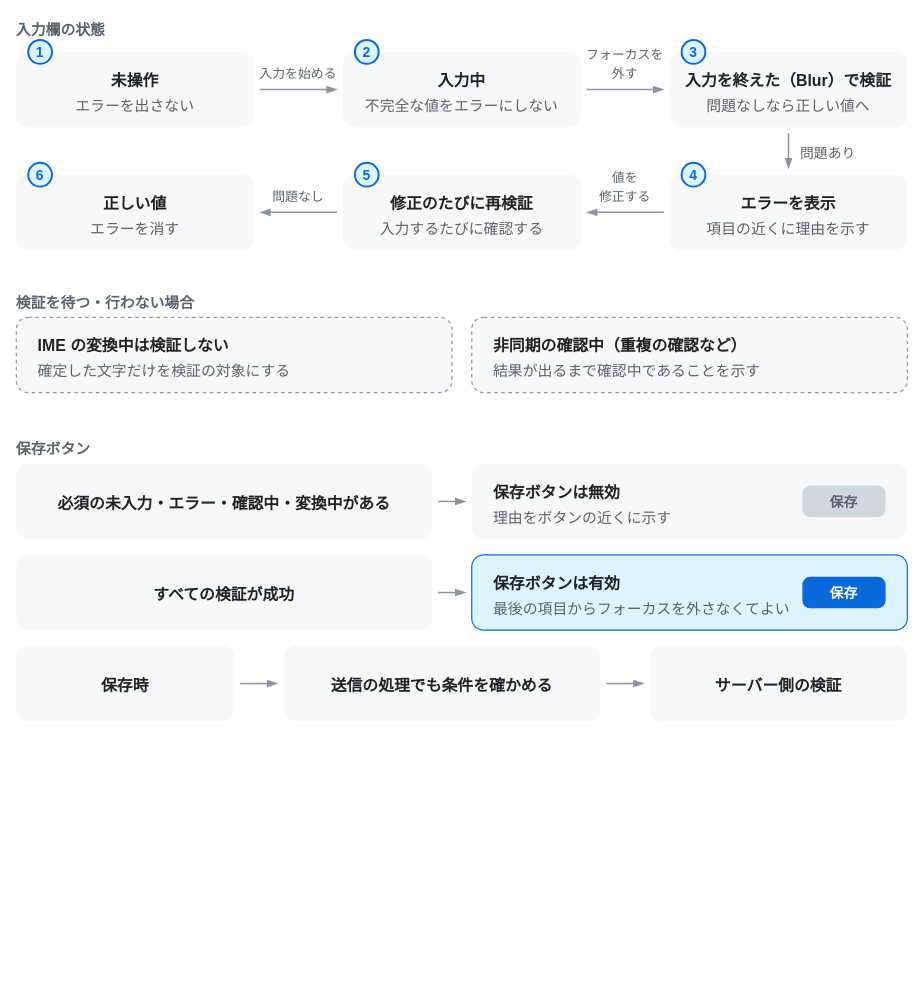
Above: docs/diagrams/form-validation-states.drawio in ISSEI51/flow-design (draw.io), before the change. Source tidied: cells renumbered, new cells numbered last; positions are measured from the earlier drawing's top-left corner, leaving out a move shared by most shapes. Both pictures are drawn from the tidied source at 99%, with x=0, y=0 at pixel (16, 16).
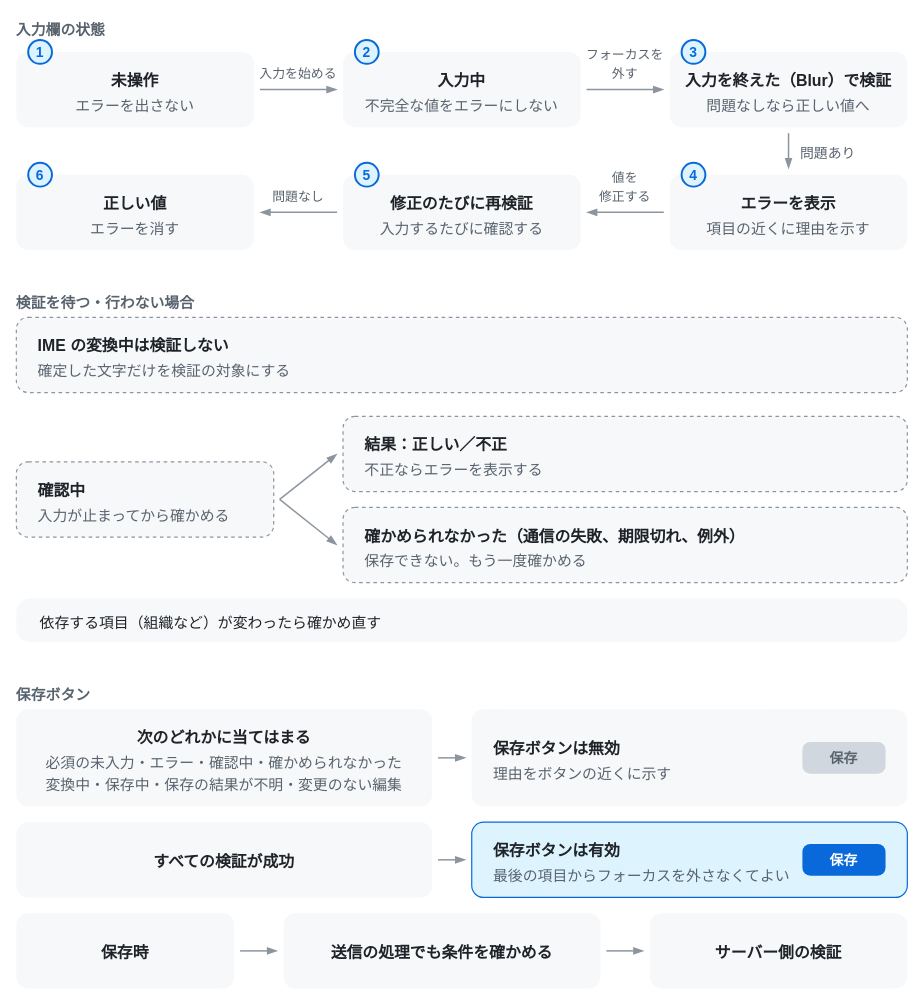
Above is the later version.

Change to the diagram source:
```diff
@@
     <mxCell id="46" style="rounded=1;absoluteArcSize=1;arcSize=24;html=0;fillColor=light-dark(#F6F8FA,#161B22);strokeColor=light-dark(#8C959F,#6E7681);strokeWidth=1.2;dashed=1;opacity=100;" parent="1" vertex="1">
-      <mxGeometry y="304" width="440" height="76" as="geometry" />
+      <mxGeometry y="304" width="900" height="76" as="geometry" />
     </mxCell>
     <mxCell id="47" value="IME の変換中は検証しない" style="text;html=0;whiteSpace=nowrap;align=left;verticalAlign=top;spacing=0;fontFamily=Helvetica;fontSize=16;fontColor=light-dark(#1F2328,#E6EDF3);fontStyle=1;" parent="1" vertex="1">
-      <mxGeometry x="22" y="319" width="396" height="20" as="geometry" />
+      <mxGeometry x="22" y="319" width="856" height="20" as="geometry" />
     </mxCell>
     <mxCell id="48" value="確定した文字だけを検証の対象にする" style="text;html=0;whiteSpace=nowrap;align=left;verticalAlign=top;spacing=0;fontFamily=Helvetica;fontSize=15;fontColor=light-dark(#59636E,#9198A1);fontStyle=0;" parent="1" vertex="1">
-      <mxGeometry x="22" y="345" width="396" height="20" as="geometry" />
+      <mxGeometry x="22" y="345" width="856" height="20" as="geometry" />
     </mxCell>
     <mxCell id="49" style="rounded=1;absoluteArcSize=1;arcSize=24;html=0;fillColor=light-dark(#F6F8FA,#161B22);strokeColor=light-dark(#8C959F,#6E7681);strokeWidth=1.2;dashed=1;opacity=100;" parent="1" vertex="1">
-      <mxGeometry x="460" y="304" width="440" height="76" as="geometry" />
+      <mxGeometry y="450" width="260" height="76" as="geometry" />
     </mxCell>
-    <mxCell id="50" value="非同期の確認中（重複の確認など）" style="text;html=0;whiteSpace=nowrap;align=left;verticalAlign=top;spacing=0;fontFamily=Helvetica;fontSize=16;fontColor=light-dark(#1F2328,#E6EDF3);fontStyle=1;" parent="1" vertex="1">
-      <mxGeometry x="482" y="319" width="396" height="20" as="geometry" />
+    <mxCell id="50" value="確認中" style="text;html=0;whiteSpace=nowrap;align=left;verticalAlign=top;spacing=0;fontFamily=Helvetica;fontSize=16;fontColor=light-dark(#1F2328,#E6EDF3);fontStyle=1;" parent="1" vertex="1">
+      <mxGeometry x="22" y="465" width="216" height="20" as="geometry" />
     </mxCell>
-    <mxCell id="51" value="結果が出るまで確認中であることを示す" style="text;html=0;whiteSpace=nowrap;align=left;verticalAlign=top;spacing=0;fontFamily=Helvetica;fontSize=15;fontColor=light-dark(#59636E,#9198A1);fontStyle=0;" parent="1" vertex="1">
-      <mxGeometry x="482" y="345" width="396" height="20" as="geometry" />
+    <mxCell id="51" value="入力が止まってから確かめる" style="text;html=0;whiteSpace=nowrap;align=left;verticalAlign=top;spacing=0;fontFamily=Helvetica;fontSize=15;fontColor=light-dark(#59636E,#9198A1);fontStyle=0;" parent="1" vertex="1">
+      <mxGeometry x="22" y="491" width="216" height="20" as="geometry" />
     </mxCell>
-    <mxCell id="52" value="保存ボタン" style="text;html=0;whiteSpace=nowrap;align=left;verticalAlign=top;spacing=0;fontFamily=Helvetica;fontSize=15;fontColor=light-dark(#59636E,#9198A1);fontStyle=1;" parent="1" vertex="1">
-      <mxGeometry y="424" width="83" height="20" as="geometry" />
+    <mxCell id="52" style="rounded=1;absoluteArcSize=1;arcSize=24;html=0;fillColor=light-dark(#F6F8FA,#161B22);strokeColor=light-dark(#8C959F,#6E7681);strokeWidth=1.2;dashed=1;opacity=100;" parent="1" vertex="1">
+      <mxGeometry x="330" y="404" width="570" height="76" as="geometry" />
     </mxCell>
-    <mxCell id="53" style="rounded=1;absoluteArcSize=1;arcSize=24;html=0;fillColor=light-dark(#F6F8FA,#161B22);strokeColor=none;strokeWidth=1.2;dashed=0;opacity=100;" parent="1" vertex="1">
-      <mxGeometry y="452" width="420" height="76" as="geometry" />
+    <mxCell id="53" value="結果：正しい／不正" style="text;html=0;whiteSpace=nowrap;align=left;verticalAlign=top;spacing=0;fontFamily=Helvetica;fontSize=16;fontColor=light-dark(#1F2328,#E6EDF3);fontStyle=1;" parent="1" vertex="1">
+      <mxGeometry x="352" y="419" width="526" height="20" as="geometry" />
     </mxCell>
-    <mxCell id="54" value="必須の未入力・エラー・確認中・変換中がある" style="text;html=0;whiteSpace=nowrap;align=center;verticalAlign=top;spacing=0;fontFamily=Helvetica;fontSize=16;fontColor=light-dark(#1F2328,#E6EDF3);fontStyle=1;" parent="1" vertex="1">
-      <mxGeometry x="8" y="478" width="404" height="20" as="geometry" />
+    <mxCell id="54" value="不正ならエラーを表示する" style="text;html=0;whiteSpace=nowrap;align=left;verticalAlign=top;spacing=0;fontFamily=Helvetica;fontSize=15;fontColor=light-dark(#59636E,#9198A1);fontStyle=0;" parent="1" vertex="1">
+      <mxGeometry x="352" y="445" width="526" height="20" as="geometry" />
     </mxCell>
     <mxCell id="55" style="html=0;endArrow=blockThin;endFill=1;endSize=7;startArrow=none;strokeColor=light-dark(#8C959F,#6E7681);strokeWidth=1.5;dashed=0;rounded=1;" parent="1" edge="1">
       <mxGeometry relative="1" as="geometry">
-        <mxPoint x="426" y="490" as="sourcePoint" />
-        <mxPoint x="454" y="490" as="targetPoint" />
+        <mxPoint x="266" y="488" as="sourcePoint" />
+        <mxPoint x="324" y="442" as="targetPoint" />
       </mxGeometry>
     </mxCell>
-    <mxCell id="56" style="rounded=1;absoluteArcSize=1;arcSize=24;html=0;fillColor=light-dark(#F6F8FA,#161B22);strokeColor=none;strokeWidth=1.2;dashed=0;opacity=100;" parent="1" vertex="1">
-      <mxGeometry x="460" y="452" width="440" height="76" as="geometry" />
+    <mxCell id="56" style="rounded=1;absoluteArcSize=1;arcSize=24;html=0;fillColor=light-dark(#F6F8FA,#161B22);strokeColor=light-dark(#8C959F,#6E7681);strokeWidth=1.2;dashed=1;opacity=100;" parent="1" vertex="1">
+      <mxGeometry x="330" y="496" width="570" height="76" as="geometry" />
     </mxCell>
-    <mxCell id="57" value="保存ボタンは無効" style="text;html=0;whiteSpace=nowrap;align=left;verticalAlign=top;spacing=0;fontFamily=Helvetica;fontSize=16;fontColor=light-dark(#1F2328,#E6EDF3);fontStyle=1;" parent="1" vertex="1">
-      <mxGeometry x="482" y="467" width="300" height="20" as="geometry" />
+    <mxCell id="57" value="確かめられなかった（通信の失敗、期限切れ、例外）" style="text;html=0;whiteSpace=nowrap;align=left;verticalAlign=top;spacing=0;fontFamily=Helvetica;fontSize=16;fontColor=light-dark(#1F2328,#E6EDF3);fontStyle=1;" parent="1" vertex="1">
+      <mxGeometry x="352" y="511" width="526" height="20" as="geometry" />
     </mxCell>
-    <mxCell id="58" value="理由をボタンの近くに示す" style="text;html=0;whiteSpace=nowrap;align=left;verticalAlign=top;spacing=0;fontFamily=Helvetica;fontSize=15;fontColor=light-dark(#59636E,#9198A1);fontStyle=0;" parent="1" vertex="1">
-      <mxGeometry x="482" y="493" width="304" height="20" as="geometry" />
+    <mxCell id="58" value="保存できない。もう一度確かめる" style="text;html=0;whiteSpace=nowrap;align=left;verticalAlign=top;spacing=0;fontFamily=Helvetica;fontSize=15;fontColor=light-dark(#59636E,#9198A1);fontStyle=0;" parent="1" vertex="1">
+      <mxGeometry x="352" y="537" width="526" height="20" as="geometry" />
     </mxCell>
-    <mxCell id="59" style="rounded=1;absoluteArcSize=1;arcSize=16;html=0;fillColor=light-dark(#D0D7DE,#30363D);strokeColor=none;strokeWidth=1.5;dashed=0;opacity=100;" parent="1" vertex="1">
-      <mxGeometry x="794" y="474" width="84" height="32" as="geometry" />
+    <mxCell id="59" style="html=0;endArrow=blockThin;endFill=1;endSize=7;startArrow=none;strokeColor=light-dark(#8C959F,#6E7681);strokeWidth=1.5;dashed=0;rounded=1;" parent="1" edge="1">
+      <mxGeometry relative="1" as="geometry">
+        <mxPoint x="266" y="488" as="sourcePoint" />
+        <mxPoint x="324" y="534" as="targetPoint" />
+      </mxGeometry>
     </mxCell>
-    <mxCell id="60" value="保存" style="text;html=0;whiteSpace=nowrap;align=center;verticalAlign=middle;spacing=0;fontFamily=Helvetica;fontSize=14;fontColor=light-dark(#59636E,#9198A1);fontStyle=1;" parent="1" vertex="1">
-      <mxGeometry x="794" y="474" width="84" height="32" as="geometry" />
+    <mxCell id="60" style="rounded=1;absoluteArcSize=1;arcSize=28;html=0;fillColor=light-dark(#F6F8FA,#161B22);strokeColor=none;strokeWidth=1.5;dashed=0;opacity=100;" parent="1" vertex="1">
+      <mxGeometry y="588" width="900" height="44" as="geometry" />
     </mxCell>
-    <mxCell id="61" style="rounded=1;absoluteArcSize=1;arcSize=24;html=0;fillColor=light-dark(#F6F8FA,#161B22);strokeColor=none;strokeWidth=1.2;dashed=0;opacity=100;" parent="1" vertex="1">
-      <mxGeometry y="544" width="420" height="76" as="geometry" />
+    <mxCell id="61" value="依存する項目（組織など）が変わったら確かめ直す" style="text;html=0;whiteSpace=nowrap;align=left;verticalAlign=top;spacing=0;fontFamily=Helvetica;fontSize=15;fontColor=light-dark(#1F2328,#E6EDF3);fontStyle=0;" parent="1" vertex="1">
+      <mxGeometry x="24" y="599" width="852" height="20" as="geometry" />
     </mxCell>
-    <mxCell id="62" value="すべての検証が成功" style="text;html=0;whiteSpace=nowrap;align=center;verticalAlign=top;spacing=0;fontFamily=Helvetica;fontSize=16;fontColor=light-dark(#1F2328,#E6EDF3);fontStyle=1;" parent="1" vertex="1">
-      <mxGeometry x="8" y="570" width="404" height="20" as="geometry" />
+    <mxCell id="62" value="保存ボタン" style="text;html=0;whiteSpace=nowrap;align=left;verticalAlign=top;spacing=0;fontFamily=Helvetica;fontSize=15;fontColor=light-dark(#59636E,#9198A1);fontStyle=1;" parent="1" vertex="1">
+      <mxGeometry y="672" width="83" height="20" as="geometry" />
     </mxCell>
-    <mxCell id="63" style="html=0;endArrow=blockThin;endFill=1;endSize=7;startArrow=none;strokeColor=light-dark(#8C959F,#6E7681);strokeWidth=1.5;dashed=0;rounded=1;" parent="1" edge="1">
-      <mxGeometry relative="1" as="geometry">
-        <mxPoint x="426" y="582" as="sourcePoint" />
-        <mxPoint x="454" y="582" as="targetPoint" />
-      </mxGeometry>
+    <mxCell id="63" style="rounded=1;absoluteArcSize=1;arcSize=24;html=0;fillColor=light-dark(#F6F8FA,#161B22);strokeColor=none;strokeWidth=1.2;dashed=0;opacity=100;" parent="1" vertex="1">
+      <mxGeometry y="700" width="420" height="98" as="geometry" />
     </mxCell>
-    <mxCell id="64" style="rounded=1;absoluteArcSize=1;arcSize=24;html=0;fillColor=light-dark(#DDF4FF,#121D2F);strokeColor=light-dark(#0969DA,#4493F8);strokeWidth=1.2;dashed=0;opacity=100;" parent="1" vertex="1">
-      <mxGeometry x="460" y="544" width="440" height="76" as="geometry" />
+    <mxCell id="64" value="次のどれかに当てはまる" style="text;html=0;whiteSpace=nowrap;align=center;verticalAlign=top;spacing=0;fontFamily=Helvetica;fontSize=16;fontColor=light-dark(#1F2328,#E6EDF3);fontStyle=1;" parent="1" vertex="1">
+      <mxGeometry x="8" y="715" width="404" height="20" as="geometry" />
     </mxCell>
-    <mxCell id="65" value="保存ボタンは有効" style="text;html=0;whiteSpace=nowrap;align=left;verticalAlign=top;spacing=0;fontFamily=Helvetica;fontSize=16;fontColor=light-dark(#1F2328,#E6EDF3);fontStyle=1;" parent="1" vertex="1">
-      <mxGeometry x="482" y="559" width="300" height="20" as="geometry" />
+    <mxCell id="65" value="必須の未入力・エラー・確認中・確かめられなかった" style="text;html=0;whiteSpace=nowrap;align=center;verticalAlign=top;spacing=0;fontFamily=Helvetica;fontSize=15;fontColor=light-dark(#59636E,#9198A1);fontStyle=0;" parent="1" vertex="1">
+      <mxGeometry x="8" y="741" width="404" height="20" as="geometry" />
     </mxCell>
-    <mxCell id="66" value="最後の項目からフォーカスを外さなくてよい" style="text;html=0;whiteSpace=nowrap;align=left;verticalAlign=top;spacing=0;fontFamily=Helvetica;fontSize=15;fontColor=light-dark(#59636E,#9198A1);fontStyle=0;" parent="1" vertex="1">
-      <mxGeometry x="482" y="585" width="304" height="20" as="geometry" />
+    <mxCell id="66" value="変換中・保存中・保存の結果が不明・変更のない編集" style="text;html=0;whiteSpace=nowrap;align=center;verticalAlign=top;spacing=0;fontFamily=Helvetica;fontSize=15;fontColor=light-dark(#59636E,#9198A1);fontStyle=0;" parent="1" vertex="1">
+      <mxGeometry x="8" y="763" width="404" height="20" as="geometry" />
     </mxCell>
-    <mxCell id="67" style="rounded=1;absoluteArcSize=1;arcSize=16;html=0;fillColor=light-dark(#0969DA,#4493F8);strokeColor=none;strokeWidth=1.5;dashed=0;opacity=100;" parent="1" vertex="1">
-      <mxGeometry x="794" y="566" width="84" height="32" as="geometry" />
+    <mxCell id="67" style="html=0;endArrow=blockThin;endFill=1;endSize=7;startArrow=none;strokeColor=light-dark(#8C959F,#6E7681);strokeWidth=1.5;dashed=0;rounded=1;" parent="1" edge="1">
+      <mxGeometry relative="1" as="geometry">
+        <mxPoint x="426" y="749" as="sourcePoint" />
+        <mxPoint x="454" y="749" as="targetPoint" />
+      </mxGeometry>
     </mxCell>
-    <mxCell id="68" value="保存" style="text;html=0;whiteSpace=nowrap;align=center;verticalAlign=middle;spacing=0;fontFamily=Helvetica;fontSize=14;fontColor=light-dark(#FFFFFF,#0D1117);fontStyle=1;" parent="1" vertex="1">
-      <mxGeometry x="794" y="566" width="84" height="32" as="geometry" />
+    <mxCell id="68" style="rounded=1;absoluteArcSize=1;arcSize=24;html=0;fillColor=light-dark(#F6F8FA,#161B22);strokeColor=none;strokeWidth=1.2;dashed=0;opacity=100;" parent="1" vertex="1">
+      <mxGeometry x="460" y="700" width="440" height="98" as="geometry" />
     </mxCell>
-    <mxCell id="69" style="rounded=1;absoluteArcSize=1;arcSize=24;html=0;fillColor=light-dark(#F6F8FA,#161B22);strokeColor=none;strokeWidth=1.2;dashed=0;opacity=100;" parent="1" vertex="1">
-      <mxGeometry y="636" width="220" height="76" as="geometry" />
+    <mxCell id="69" value="保存ボタンは無効" style="text;html=0;whiteSpace=nowrap;align=left;verticalAlign=top;spacing=0;fontFamily=Helvetica;fontSize=16;fontColor=light-dark(#1F2328,#E6EDF3);fontStyle=1;" parent="1" vertex="1">
+      <mxGeometry x="482" y="726" width="300" height="20" as="geometry" />
     </mxCell>
-    <mxCell id="70" value="保存時" style="text;html=0;whiteSpace=nowrap;align=center;verticalAlign=top;spacing=0;fontFamily=Helvetica;fontSize=16;fontColor=light-dark(#1F2328,#E6EDF3);fontStyle=1;" parent="1" vertex="1">
-      <mxGeometry x="8" y="662" width="204" height="20" as="geometry" />
+    <mxCell id="70" value="理由をボタンの近くに示す" style="text;html=0;whiteSpace=nowrap;align=left;verticalAlign=top;spacing=0;fontFamily=Helvetica;fontSize=15;fontColor=light-dark(#59636E,#9198A1);fontStyle=0;" parent="1" vertex="1">
+      <mxGeometry x="482" y="752" width="304" height="20" as="geometry" />
     </mxCell>
-    <mxCell id="71" style="rounded=1;absoluteArcSize=1;arcSize=24;html=0;fillColor=light-dark(#F6F8FA,#161B22);strokeColor=none;strokeWidth=1.2;dashed=0;opacity=100;" parent="1" vertex="1">
-      <mxGeometry x="270" y="636" width="320" height="76" as="geometry" />
+    <mxCell id="71" style="rounded=1;absoluteArcSize=1;arcSize=16;html=0;fillColor=light-dark(#D0D7DE,#30363D);strokeColor=none;strokeWidth=1.5;dashed=0;opacity=100;" parent="1" vertex="1">
+      <mxGeometry x="794" y="733" width="84" height="32" as="geometry" />
     </mxCell>
-    <mxCell id="72" value="送信の処理でも条件を確かめる" style="text;html=0;whiteSpace=nowrap;align=center;verticalAlign=top;spacing=0;fontFamily=Helvetica;fontSize=16;fontColor=light-dark(#1F2328,#E6EDF3);fontStyle=1;" parent="1" vertex="1">
-      <mxGeometry x="278" y="662" width="304" height="20" as="geometry" />
+    <mxCell id="72" value="保存" style="text;html=0;whiteSpace=nowrap;align=center;verticalAlign=middle;spacing=0;fontFamily=Helvetica;fontSize=14;fontColor=light-dark(#59636E,#9198A1);fontStyle=1;" parent="1" vertex="1">
+      <mxGeometry x="794" y="733" width="84" height="32" as="geometry" />
     </mxCell>
     <mxCell id="73" style="rounded=1;absoluteArcSize=1;arcSize=24;html=0;fillColor=light-dark(#F6F8FA,#161B22);strokeColor=none;strokeWidth=1.2;dashed=0;opacity=100;" parent="1" vertex="1">
-      <mxGeometry x="640" y="636" width="260" height="76" as="geometry" />
+      <mxGeometry y="814" width="420" height="76" as="geometry" />
     </mxCell>
-    <mxCell id="74" value="サーバー側の検証" style="text;html=0;whiteSpace=nowrap;align=center;verticalAlign=top;spacing=0;fontFamily=Helvetica;fontSize=16;fontColor=light-dark(#1F2328,#E6EDF3);fontStyle=1;" parent="1" vertex="1">
-      <mxGeometry x="648" y="662" width="244" height="20" as="geometry" />
+    <mxCell id="74" value="すべての検証が成功" style="text;html=0;whiteSpace=nowrap;align=center;verticalAlign=top;spacing=0;fontFamily=Helvetica;fontSize=16;fontColor=light-dark(#1F2328,#E6EDF3);fontStyle=1;" parent="1" vertex="1">
+      <mxGeometry x="8" y="840" width="404" height="20" as="geometry" />
     </mxCell>
     <mxCell id="75" style="html=0;endArrow=blockThin;endFill=1;endSize=7;startArrow=none;strokeColor=light-dark(#8C959F,#6E7681);strokeWidth=1.5;dashed=0;rounded=1;" parent="1" edge="1">
       <mxGeometry relative="1" as="geometry">
-        <mxPoint x="226" y="674" as="sourcePoint" />
-        <mxPoint x="264" y="674" as="targetPoint" />
+        <mxPoint x="426" y="852" as="sourcePoint" />
+        <mxPoint x="454" y="852" as="targetPoint" />
       </mxGeometry>
     </mxCell>
-    <mxCell id="76" style="html=0;endArrow=blockThin;endFill=1;endSize=7;startArrow=none;strokeColor=light-dark(#8C959F,#6E7681);strokeWidth=1.5;dashed=0;rounded=1;" parent="1" edge="1">
-      <mxGeometry relative="1" as="geometry">
-        <mxPoint x="596" y="674" as="sourcePoint" />
-        <mxPoint x="634" y="674" as="targetPoint" />
-      </mxGeometry>
+    <mxCell id="76" style="rounded=1;absoluteArcSize=1;arcSize=24;html=0;fillColor=light-dark(#DDF4FF,#121D2F);strokeColor=light-dark(#0969DA,#4493F8);strokeWidth=1.2;dashed=0;opacity=100;" parent="1" vertex="1">
+      <mxGeometry x="460" y="814" width="440" height="76" as="geometry" />
     </mxCell>
+    <mxCell id="77" value="保存ボタンは有効" style="text;html=0;whiteSpace=nowrap;align=left;verticalAlign=top;spacing=0;fontFamily=Helvetica;fontSize=16;fontColor=light-dark(#1F2328,#E6EDF3);fontStyle=1;" parent="1" vertex="1">
+      <mxGeometry x="482" y="829" width="300" height="20" as="geometry" />
+    </mxCell>
+    <mxCell id="78" value="最後の項目からフォーカスを外さなくてよい" style="text;html=0;whiteSpace=nowrap;align=left;verticalAlign=top;spacing=0;fontFamily=Helvetica;fontSize=15;fontColor=light-dark(#59636E,#9198A1);fontStyle=0;" parent="1" vertex="1">
+      <mxGeometry x="482" y="855" width="304" height="20" as="geometry" />
+    </mxCell>
+    <mxCell id="79" style="rounded=1;absoluteArcSize=1;arcSize=16;html=0;fillColor=light-dark(#0969DA,#4493F8);strokeColor=none;strokeWidth=1.5;dashed=0;opacity=100;" parent="1" vertex="1">
+      <mxGeometry x="794" y="836" width="84" height="32" as="geometry" />
+    </mxCell>
+    <mxCell id="80" value="保存" style="text;html=0;whiteSpace=nowrap;align=center;verticalAlign=middle;spacing=0;fontFamily=Helvetica;fontSize=14;fontColor=light-dark(#FFFFFF,#0D1117);fontStyle=1;" parent="1" vertex="1">
+      <mxGeometry x="794" y="836" width="84" height="32" as="geometry" />
+    </mxCell>
+    <mxCell id="81" style="rounded=1;absoluteArcSize=1;arcSize=24;html=0;fillColor=light-dark(#F6F8FA,#161B22);strokeColor=none;strokeWidth=1.2;dashed=0;opacity=100;" parent="1" vertex="1">
+      <mxGeometry y="906" width="220" height="76" as="geometry" />
+    </mxCell>
+    <mxCell id="82" value="保存時" style="text;html=0;whiteSpace=nowrap;align=center;verticalAlign=top;spacing=0;fontFamily=Helvetica;fontSize=16;fontColor=light-dark(#1F2328,#E6EDF3);fontStyle=1;" parent="1" vertex="1">
+      <mxGeometry x="8" y="932" width="204" height="20" as="geometry" />
+    </mxCell>
+    <mxCell id="83" style="rounded=1;absoluteArcSize=1;arcSize=24;html=0;fillColor=light-dark(#F6F8FA,#161B22);strokeColor=none;strokeWidth=1.2;dashed=0;opacity=100;" parent="1" vertex="1">
+      <mxGeometry x="270" y="906" width="320" height="76" as="geometry" />
+    </mxCell>
+    <mxCell id="84" value="送信の処理でも条件を確かめる" style="text;html=0;whiteSpace=nowrap;align=center;verticalAlign=top;spacing=0;fontFamily=Helvetica;fontSize=16;fontColor=light-dark(#1F2328,#E6EDF3);fontStyle=1;" parent="1" vertex="1">
+      <mxGeometry x="278" y="932" width="304" height="20" as="geometry" />
+    </mxCell>
+    <mxCell id="85" style="rounded=1;absoluteArcSize=1;arcSize=24;html=0;fillColor=light-dark(#F6F8FA,#161B22);strokeColor=none;strokeWidth=1.2;dashed=0;opacity=100;" parent="1" vertex="1">
+      <mxGeometry x="640" y="906" width="260" height="76" as="geometry" />
+    </mxCell>
+    <mxCell id="86" value="サーバー側の検証" style="text;html=0;whiteSpace=nowrap;align=center;verticalAlign=top;spacing=0;fontFamily=Helvetica;fontSize=16;fontColor=light-dark(#1F2328,#E6EDF3);fontStyle=1;" parent="1" vertex="1">
+      <mxGeometry x="648" y="932" width="244" height="20" as="geometry" />
+    </mxCell>
+    <mxCell id="87" style="html=0;endArrow=blockThin;endFill=1;endSize=7;startArrow=none;strokeColor=light-dark(#8C959F,#6E7681);strokeWidth=1.5;dashed=0;rounded=1;" parent="1" edge="1">
+      <mxGeometry relative="1" as="geometry">
+        <mxPoint x="226" y="944" as="sourcePoint" />
+        <mxPoint x="264" y="944" as="targetPoint" />
+      </mxGeometry>
+    </mxCell>
+    <mxCell id="88" style="html=0;endArrow=blockThin;endFill=1;endSize=7;startArrow=none;strokeColor=light-dark(#8C959F,#6E7681);strokeWidth=1.5;dashed=0;rounded=1;" parent="1" edge="1">
+      <mxGeometry relative="1" as="geometry">
+        <mxPoint x="596" y="944" as="sourcePoint" />
+        <mxPoint x="634" y="944" as="targetPoint" />
+      </mxGeometry>
+    </mxCell>
```
